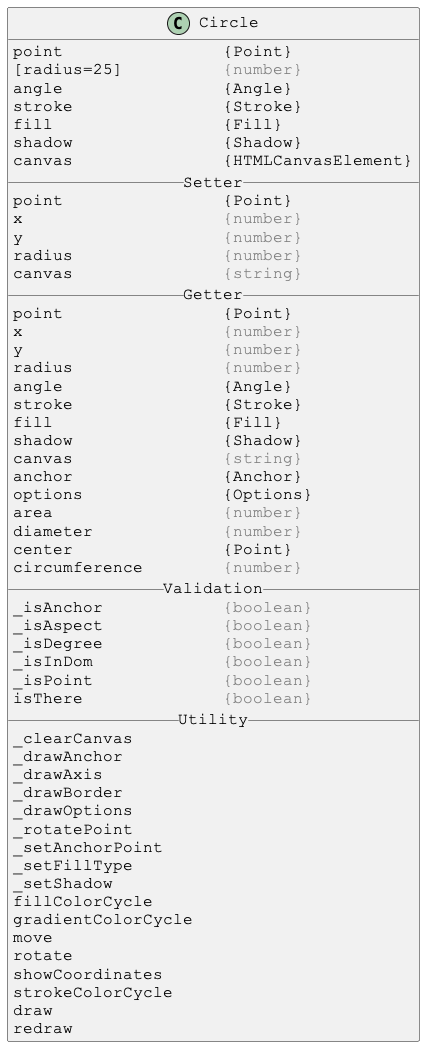
This is docs/PlantUml/images/Circle.png from Justin-Byrne/canvasLab, a PlantUML export, as it was before one commit.
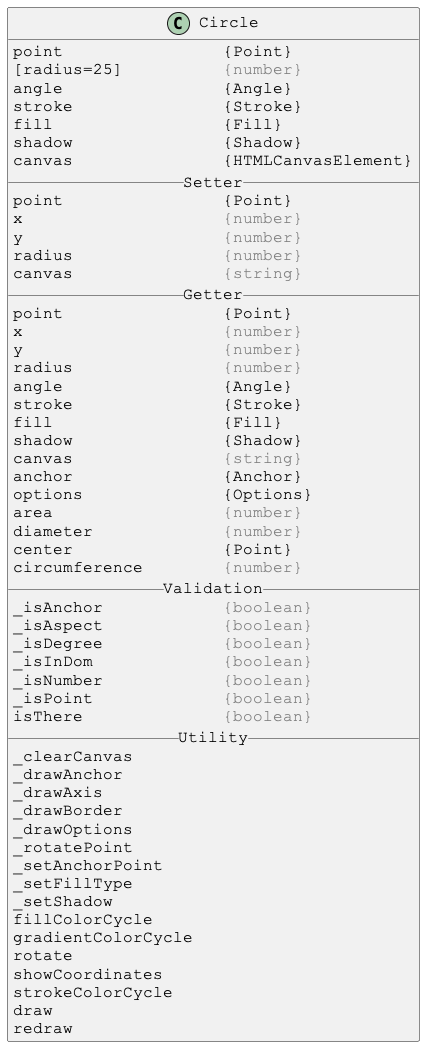
Above is the later version.

Diff of the diagram source:
```diff
@@ -38,6 +38,7 @@
 _isAspect            <color:gray>{boolean}</color>
 _isDegree            <color:gray>{boolean}</color>
 _isInDom             <color:gray>{boolean}</color>
+_isNumber            <color:gray>{boolean}</color>
 _isPoint             <color:gray>{boolean}</color>
 isThere              <color:gray>{boolean}</color>
 __ Utility __
@@ -52,7 +53,6 @@
 _setShadow
 fillColorCycle
 gradientColorCycle
-move
 rotate
 showCoordinates
 strokeColorCycle
```
